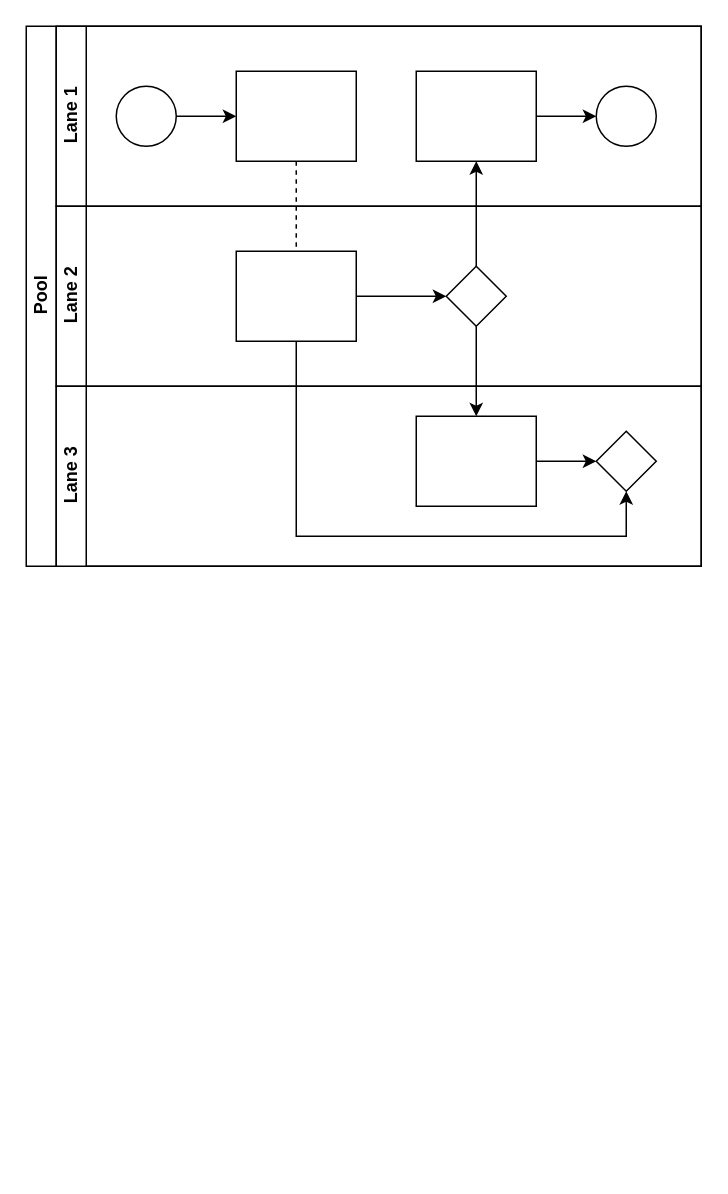
Above: 未命名绘图.drawio in zeroyong/NeateaApi (draw.io), before the change. Source tidied: cells renumbered, new cells numbered last; positions are measured from the earlier drawing's top-left corner, leaving out a move shared by most shapes. Both pictures are drawn from the tidied source at 150%, with x=0, y=0 at pixel (26, 26).
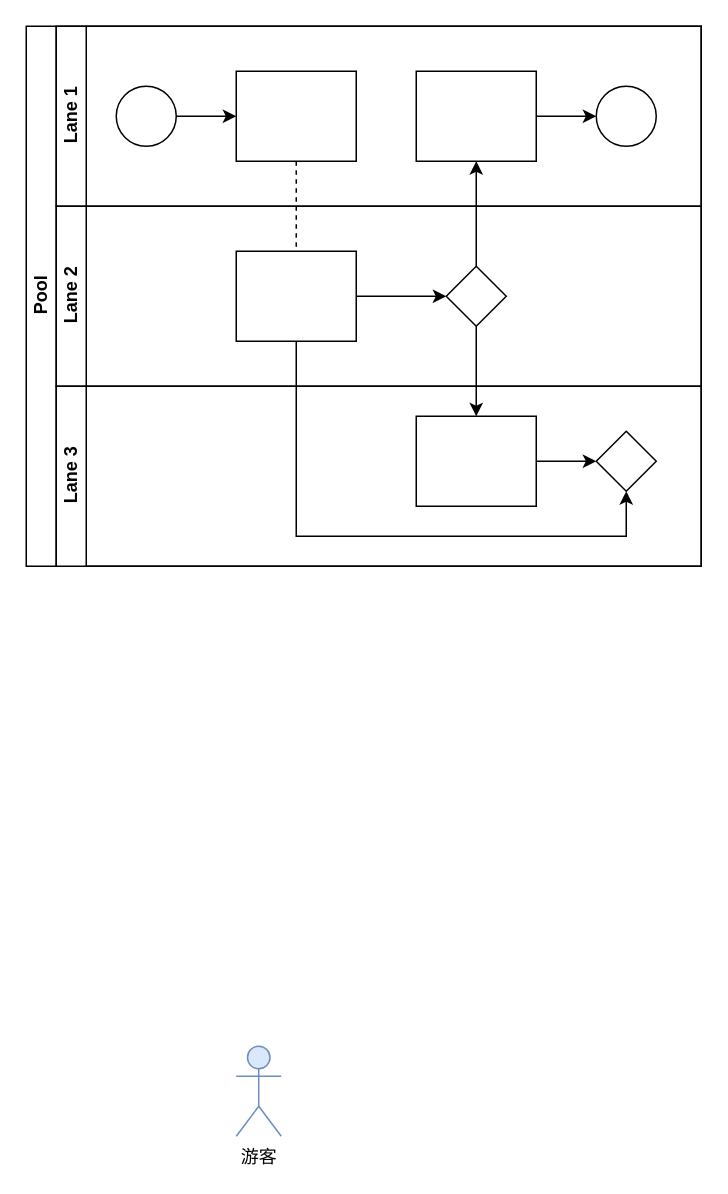
The same diagram, later.

Diff of the diagram source:
```diff
@@
+    <mxCell id="22" value="游客" style="shape=umlActor;verticalLabelPosition=bottom;verticalAlign=top;html=1;fillColor=#dae8fc;strokeColor=#6c8ebf;" parent="1" vertex="1">
+      <mxGeometry x="140" y="680" width="30" height="60" as="geometry" />
+    </mxCell>
```
